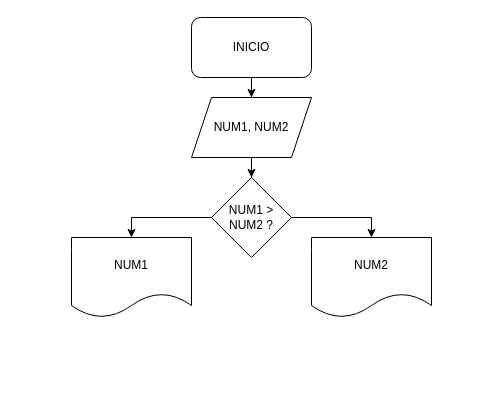
Before: Untitled Diagram2.drawio in GutoLusilo/demo-repo, a draw.io diagram. Source tidied: cells renumbered, new cells numbered last; positions are measured from the earlier drawing's top-left corner, leaving out a move shared by most shapes. Both pictures are drawn from the tidied source at 100%, with x=0, y=0 at pixel (71, 17).
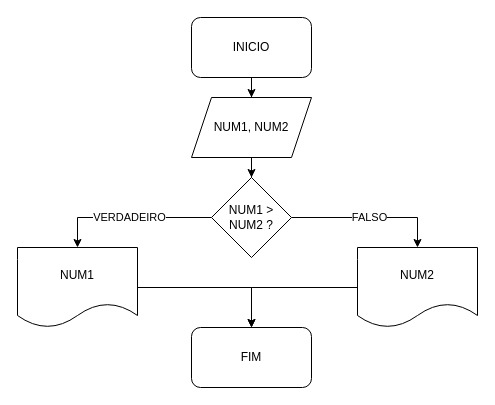
The same page after the edit.

What changed in the source:
```diff
@@
 <mxGraphModel>
   <root>
     <mxCell id="0" />
     <mxCell id="1" parent="0" />
     <mxCell id="2" style="edgeStyle=orthogonalEdgeStyle;rounded=0;jettySize=auto;html=1;" parent="1" edge="1" source="3" target="5">
       <mxGeometry relative="1" as="geometry" />
     </mxCell>
     <mxCell id="3" value="INICIO" style="rounded=1;whiteSpace=wrap;html=1;" parent="1" vertex="1">
       <mxGeometry x="120" width="120" height="60" as="geometry" />
     </mxCell>
     <mxCell id="4" style="edgeStyle=orthogonalEdgeStyle;rounded=0;jettySize=auto;html=1;" parent="1" edge="1" source="5" target="8">
       <mxGeometry relative="1" as="geometry" />
     </mxCell>
     <mxCell id="5" value="NUM1, NUM2" style="shape=parallelogram;perimeter=parallelogramPerimeter;whiteSpace=wrap;html=1;fixedSize=1;" parent="1" vertex="1">
       <mxGeometry x="120" y="80" width="120" height="60" as="geometry" />
     </mxCell>
-    <mxCell id="6" style="edgeStyle=orthogonalEdgeStyle;rounded=0;jettySize=auto;html=1;exitX=0;exitY=0.5;exitDx=0;exitDy=0;entryX=0.5;entryY=0;entryDx=0;entryDy=0;" parent="1" edge="1" source="8" target="9">
+    <mxCell id="6" value="VERDADEIRO" style="edgeStyle=orthogonalEdgeStyle;rounded=0;jettySize=auto;html=1;exitX=0;exitY=0.5;exitDx=0;exitDy=0;entryX=0.5;entryY=0;entryDx=0;entryDy=0;" parent="1" edge="1" source="8" target="9">
       <mxGeometry relative="1" as="geometry" />
     </mxCell>
-    <mxCell id="7" style="edgeStyle=orthogonalEdgeStyle;rounded=0;jettySize=auto;html=1;exitX=1;exitY=0.5;exitDx=0;exitDy=0;entryX=0.5;entryY=0;entryDx=0;entryDy=0;" parent="1" edge="1" source="8" target="10">
+    <mxCell id="7" value="FALSO" style="edgeStyle=orthogonalEdgeStyle;rounded=0;jettySize=auto;html=1;exitX=1;exitY=0.5;exitDx=0;exitDy=0;entryX=0.5;entryY=0;entryDx=0;entryDy=0;" parent="1" edge="1" source="8" target="10">
       <mxGeometry relative="1" as="geometry" />
     </mxCell>
     <mxCell id="8" value="NUM1 &amp;gt; NUM2 ?" style="rhombus;whiteSpace=wrap;html=1;" parent="1" vertex="1">
       <mxGeometry x="140" y="160" width="80" height="80" as="geometry" />
     </mxCell>
+    <mxCell id="11" style="edgeStyle=orthogonalEdgeStyle;rounded=0;jettySize=auto;html=1;exitX=1;exitY=0.5;exitDx=0;exitDy=0;entryX=0.5;entryY=0;entryDx=0;entryDy=0;" parent="1" edge="1" source="9" target="13">
+      <mxGeometry relative="1" as="geometry" />
+    </mxCell>
     <mxCell id="9" value="NUM1" style="shape=document;whiteSpace=wrap;html=1;boundedLbl=1;" parent="1" vertex="1">
-      <mxGeometry y="220" width="120" height="80" as="geometry" />
+      <mxGeometry x="-54" y="230" width="120" height="80" as="geometry" />
     </mxCell>
+    <mxCell id="12" style="edgeStyle=orthogonalEdgeStyle;rounded=0;jettySize=auto;html=1;entryX=0.5;entryY=0;entryDx=0;entryDy=0;" parent="1" edge="1" source="10" target="13">
+      <mxGeometry relative="1" as="geometry" />
+    </mxCell>
     <mxCell id="10" value="NUM2" style="shape=document;whiteSpace=wrap;html=1;boundedLbl=1;" parent="1" vertex="1">
-      <mxGeometry x="240" y="220" width="120" height="80" as="geometry" />
+      <mxGeometry x="286" y="230" width="120" height="80" as="geometry" />
     </mxCell>
+    <mxCell id="13" value="FIM" style="rounded=1;whiteSpace=wrap;html=1;" parent="1" vertex="1">
+      <mxGeometry x="120" y="310" width="120" height="60" as="geometry" />
+    </mxCell>
   </root>
 </mxGraphModel>
```
